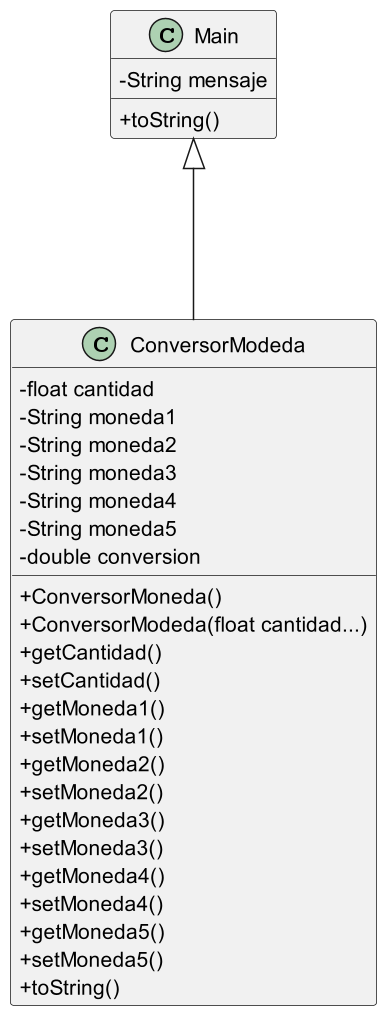
Earlier version of the PlantUML export Diagrama de clases.png (edgardegantea/Ejercicio01).
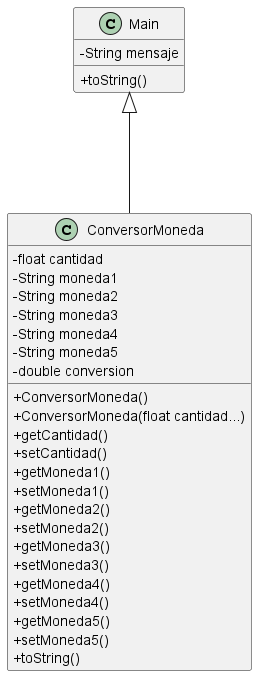
After the commit.

Change to the diagram source:
```diff
@@ -6,7 +6,7 @@
     + toString()
 }
 
-class ConversorModeda {
+class ConversorMoneda {
     - float cantidad
     - String moneda1
     - String moneda2
@@ -15,7 +15,7 @@
     - String moneda5
     - double conversion
     + ConversorMoneda()
-    + ConversorModeda(float cantidad...)
+    + ConversorMoneda(float cantidad...)
     + getCantidad()
     + setCantidad()
     + getMoneda1()
@@ -31,5 +31,5 @@
     + toString()
 }
 
-Main <|--- ConversorModeda
+Main <|--- ConversorMoneda
 @enduml
```
